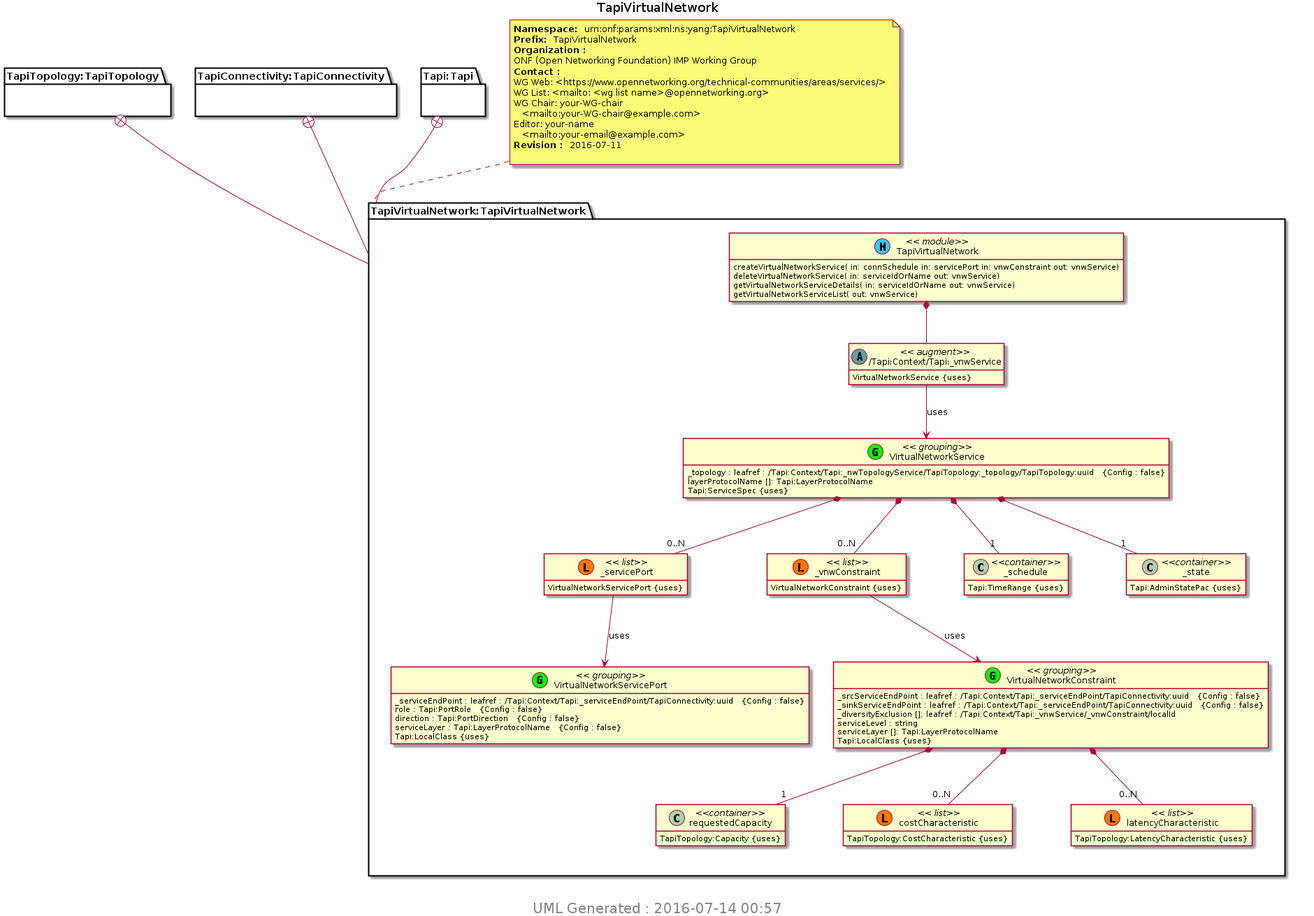
The PlantUML diagram YANG/pyang_uml/TapiVirtualNetwork.png in Open-Network-Models-and-Interfaces-ONMI/TAPI, before a commit.
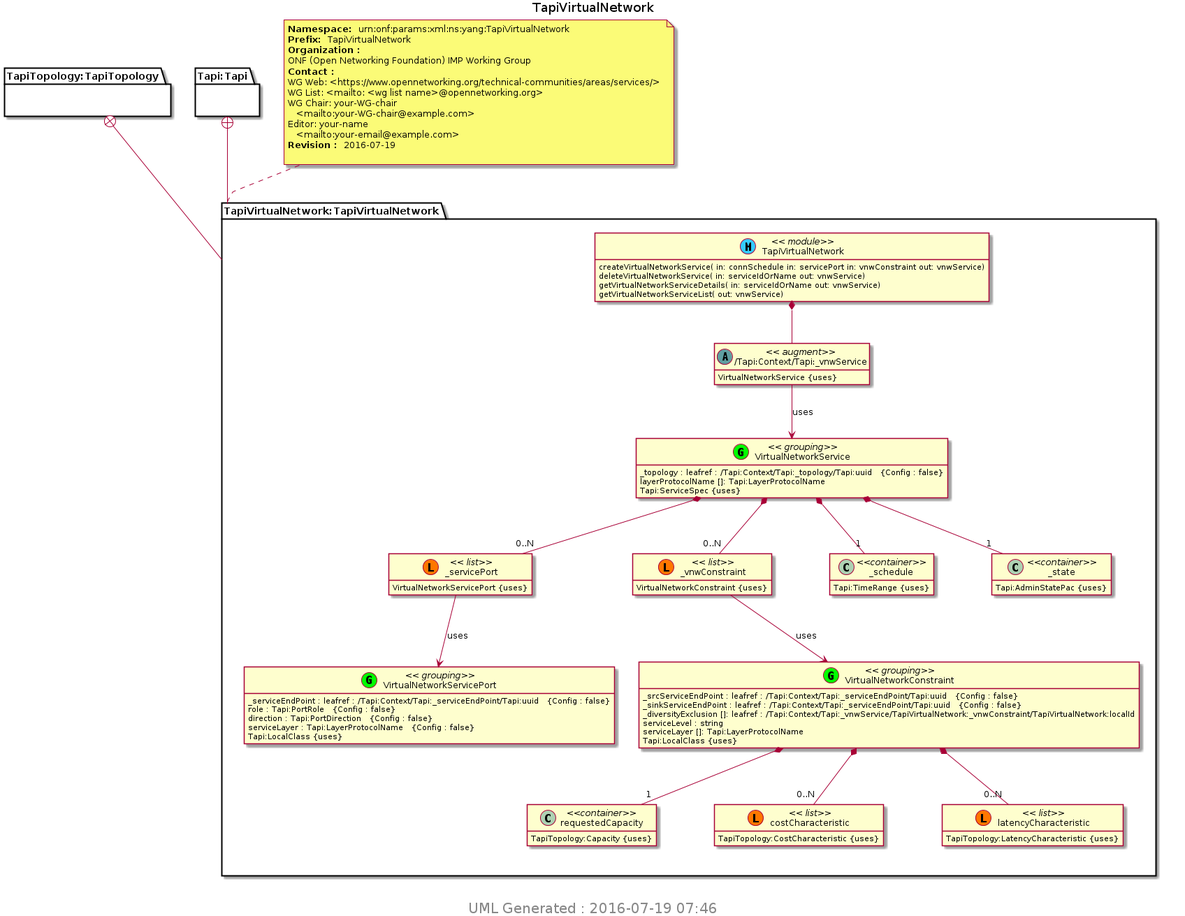
After the commit.

Change to the diagram source:
```diff
@@ -10,23 +10,20 @@
 Title TapiVirtualNetwork
 package "TapiTopology:TapiTopology" as TapiTopology_TapiTopology {
 }
-package "TapiConnectivity:TapiConnectivity" as TapiConnectivity_TapiConnectivity {
-}
 package "Tapi:Tapi" as Tapi_Tapi {
 }
-note top of TapiVirtualNetwork_TapiVirtualNetwork : <b>Namespace: </b> urn:onf:params:xml:ns:yang:TapiVirtualNetwork \n<b>Prefix: </b> TapiVirtualNetwork \n<b>Organization : </b>\nONF (Open Networking Foundation) IMP Working Group \n<b>Contact : </b>\nWG Web: <https://www.opennetworking.org/technical-communities/areas/services/> \nWG List: <mailto: <wg list name>@opennetworking.org> \nWG Chair: your-WG-chair \n   <mailto:your-WG-chair@example.com> \nEditor: your-name \n   <mailto:your-email@example.com> \n<b>Revision : </b> 2016-07-11 \n
+note top of TapiVirtualNetwork_TapiVirtualNetwork : <b>Namespace: </b> urn:onf:params:xml:ns:yang:TapiVirtualNetwork \n<b>Prefix: </b> TapiVirtualNetwork \n<b>Organization : </b>\nONF (Open Networking Foundation) IMP Working Group \n<b>Contact : </b>\nWG Web: <https://www.opennetworking.org/technical-communities/areas/services/> \nWG List: <mailto: <wg list name>@opennetworking.org> \nWG Chair: your-WG-chair \n   <mailto:your-WG-chair@example.com> \nEditor: your-name \n   <mailto:your-email@example.com> \n<b>Revision : </b> 2016-07-19 \n
 package "TapiVirtualNetwork:TapiVirtualNetwork" as TapiVirtualNetwork_TapiVirtualNetwork {
 TapiTopology_TapiTopology +-- TapiVirtualNetwork_TapiVirtualNetwork
-TapiConnectivity_TapiConnectivity +-- TapiVirtualNetwork_TapiVirtualNetwork
 Tapi_Tapi +-- TapiVirtualNetwork_TapiVirtualNetwork
 class "TapiVirtualNetwork" as TapiVirtualNetwork << (M, #33CCFF) module>>
 class "/Tapi:Context/Tapi:_vnwService" as Tapi_Context_Tapi__vnwService << (A,CadetBlue) augment>>
 TapiVirtualNetwork *--  Tapi_Context_Tapi__vnwService
 Tapi_Context_Tapi__vnwService : VirtualNetworkService {uses}
 class "VirtualNetworkConstraint" as TapiVirtualNetwork_I_VirtualNetworkConstraint_grouping <<(G,Lime) grouping>>
-TapiVirtualNetwork_I_VirtualNetworkConstraint_grouping : _srcServiceEndPoint : leafref : /Tapi:Context/Tapi:_serviceEndPoint/TapiConnectivity:uuid   {Config : false}
-TapiVirtualNetwork_I_VirtualNetworkConstraint_grouping : _sinkServiceEndPoint : leafref : /Tapi:Context/Tapi:_serviceEndPoint/TapiConnectivity:uuid   {Config : false}
-TapiVirtualNetwork_I_VirtualNetworkConstraint_grouping : _diversityExclusion []: leafref : /Tapi:Context/Tapi:_vnwService/_vnwConstraint/localId
+TapiVirtualNetwork_I_VirtualNetworkConstraint_grouping : _srcServiceEndPoint : leafref : /Tapi:Context/Tapi:_serviceEndPoint/Tapi:uuid   {Config : false}
+TapiVirtualNetwork_I_VirtualNetworkConstraint_grouping : _sinkServiceEndPoint : leafref : /Tapi:Context/Tapi:_serviceEndPoint/Tapi:uuid   {Config : false}
+TapiVirtualNetwork_I_VirtualNetworkConstraint_grouping : _diversityExclusion []: leafref : /Tapi:Context/Tapi:_vnwService/TapiVirtualNetwork:_vnwConstraint/TapiVirtualNetwork:localId
 class "requestedCapacity" as  TapiVirtualNetwork_I_VirtualNetworkConstraint_I_requestedCapacity <<container>>
 TapiVirtualNetwork_I_VirtualNetworkConstraint_grouping *-- "1" TapiVirtualNetwork_I_VirtualNetworkConstraint_I_requestedCapacity
 TapiVirtualNetwork_I_VirtualNetworkConstraint_I_requestedCapacity : TapiTopology:Capacity {uses}
@@ -40,7 +37,7 @@
 TapiVirtualNetwork_I_VirtualNetworkConstraint_I_latencyCharacteristic : TapiTopology:LatencyCharacteristic {uses}
 TapiVirtualNetwork_I_VirtualNetworkConstraint_grouping : Tapi:LocalClass {uses}
 class "VirtualNetworkService" as TapiVirtualNetwork_I_VirtualNetworkService_grouping <<(G,Lime) grouping>>
-TapiVirtualNetwork_I_VirtualNetworkService_grouping : _topology : leafref : /Tapi:Context/Tapi:_nwTopologyService/TapiTopology:_topology/TapiTopology:uuid   {Config : false}
+TapiVirtualNetwork_I_VirtualNetworkService_grouping : _topology : leafref : /Tapi:Context/Tapi:_topology/Tapi:uuid   {Config : false}
 class "_servicePort" as TapiVirtualNetwork_I_VirtualNetworkService_I__servicePort << (L, #FF7700) list>>
 TapiVirtualNetwork_I_VirtualNetworkService_grouping *-- "0..N" TapiVirtualNetwork_I_VirtualNetworkService_I__servicePort
 TapiVirtualNetwork_I_VirtualNetworkService_I__servicePort : VirtualNetworkServicePort {uses}
@@ -56,7 +53,7 @@
 TapiVirtualNetwork_I_VirtualNetworkService_grouping : layerProtocolName []: Tapi:LayerProtocolName
 TapiVirtualNetwork_I_VirtualNetworkService_grouping : Tapi:ServiceSpec {uses}
 class "VirtualNetworkServicePort" as TapiVirtualNetwork_I_VirtualNetworkServicePort_grouping <<(G,Lime) grouping>>
-TapiVirtualNetwork_I_VirtualNetworkServicePort_grouping : _serviceEndPoint : leafref : /Tapi:Context/Tapi:_serviceEndPoint/TapiConnectivity:uuid   {Config : false}
+TapiVirtualNetwork_I_VirtualNetworkServicePort_grouping : _serviceEndPoint : leafref : /Tapi:Context/Tapi:_serviceEndPoint/Tapi:uuid   {Config : false}
 TapiVirtualNetwork_I_VirtualNetworkServicePort_grouping : role : Tapi:PortRole   {Config : false}
 TapiVirtualNetwork_I_VirtualNetworkServicePort_grouping : direction : Tapi:PortDirection   {Config : false}
 TapiVirtualNetwork_I_VirtualNetworkServicePort_grouping : serviceLayer : Tapi:LayerProtocolName   {Config : false}
@@ -71,6 +68,6 @@
 TapiVirtualNetwork_I_VirtualNetworkService_I__servicePort --> TapiVirtualNetwork_I_VirtualNetworkServicePort_grouping : uses
 TapiVirtualNetwork_I_VirtualNetworkService_I__vnwConstraint --> TapiVirtualNetwork_I_VirtualNetworkConstraint_grouping : uses
 center footer
- <size:20> UML Generated : 2016-07-14 00:57 </size>
+ <size:20> UML Generated : 2016-07-19 07:46 </size>
  endfooter
 @enduml
```
